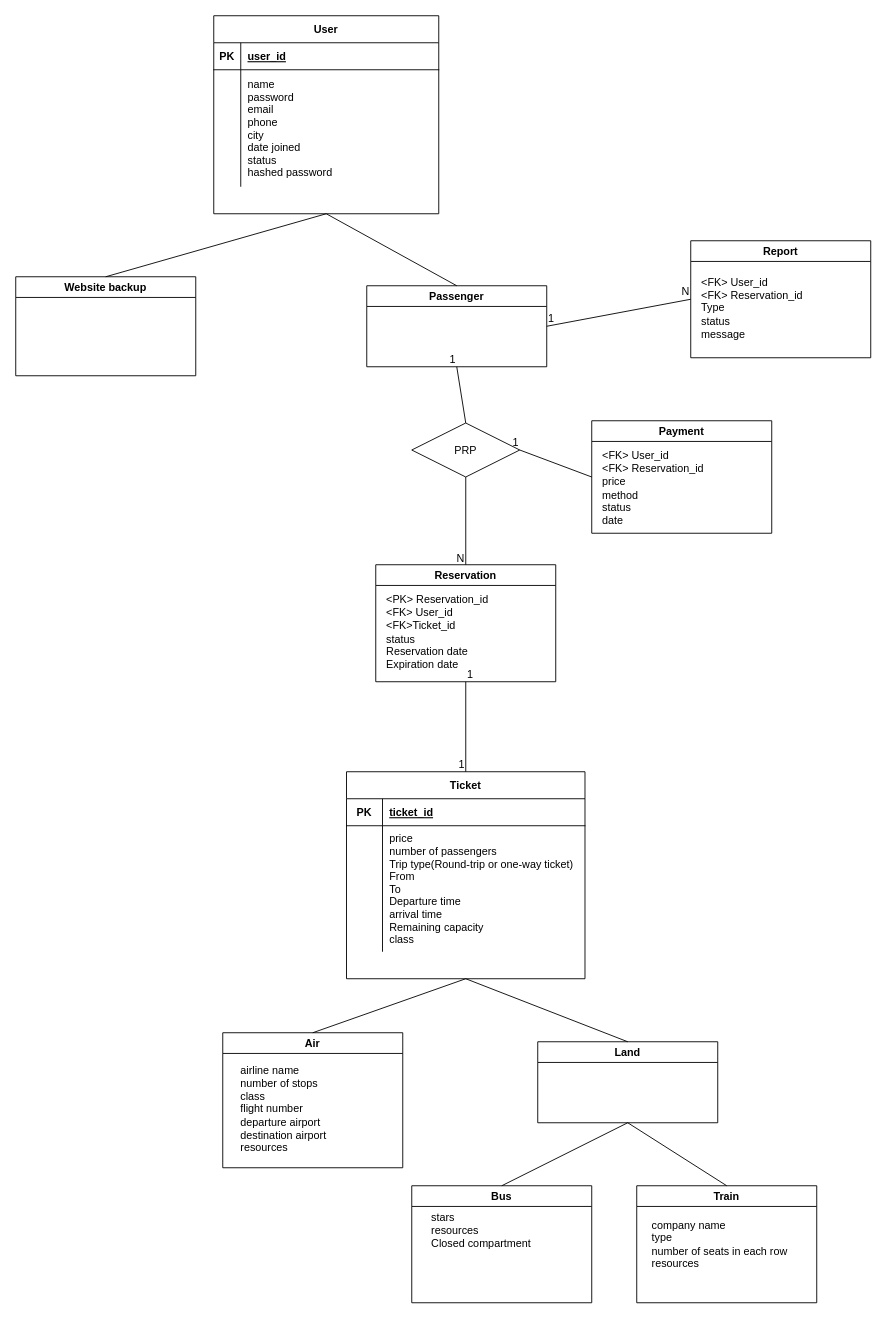
MSDeylami123/DB_Project keeps this draw.io diagram as ERD.drawio. Above is the earlier version. Source tidied: cells renumbered, new cells numbered last; positions are measured from the earlier drawing's top-left corner, leaving out a move shared by most shapes. Both pictures are drawn from the tidied source at 90%, with x=0, y=0 at pixel (15, 15).
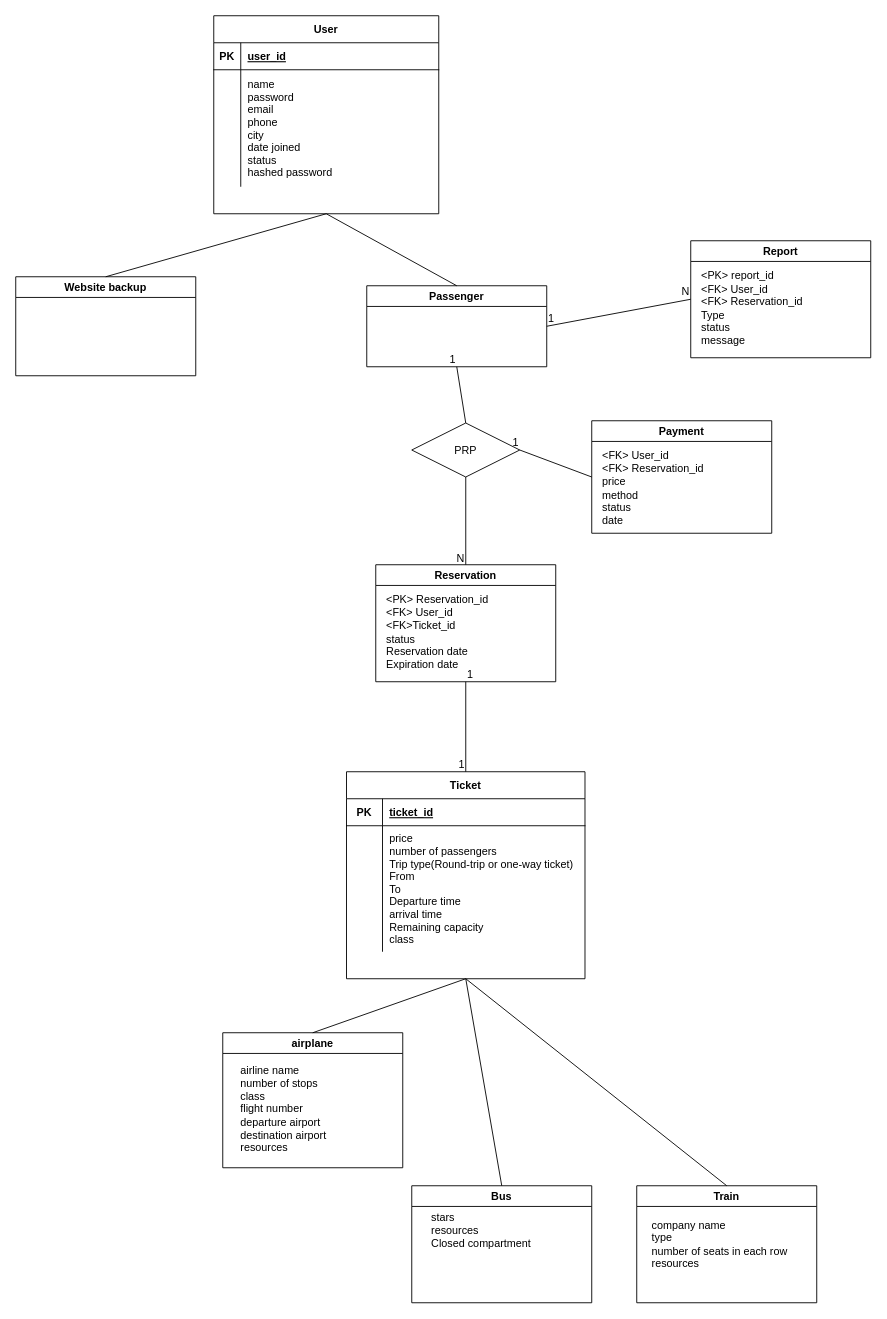
The same page after the edit.

Commit message (it also covers changes not shown here):
slight changes to ERD and add more tables

Unchanged cells that the change refers to:
```xml
<mxCell id="11" value="Ticket" style="shape=table;startSize=30;childLayout=tableLayout;rowLines=0;fontStyle=1;align=center;" parent="1" vertex="1">
  <mxGeometry x="367.5" y="840" width="265" height="230" as="geometry" />
</mxCell>
<mxCell id="21" value="Bus" style="swimlane;whiteSpace=wrap;html=1;" parent="1" vertex="1">
  <mxGeometry x="440" y="1300" width="200" height="130" as="geometry" />
</mxCell>
<mxCell id="23" value="Train" style="swimlane;whiteSpace=wrap;html=1;" parent="1" vertex="1">
  <mxGeometry x="690" y="1300" width="200" height="130" as="geometry" />
</mxCell>
<mxCell id="48" value="Report" style="swimlane;whiteSpace=wrap;html=1;" parent="1" vertex="1">
  <mxGeometry x="750" y="250" width="200" height="130" as="geometry" />
</mxCell>
```

What changed in the source:
```diff
@@
-    <mxCell id="18" value="Air" style="swimlane;whiteSpace=wrap;html=1;" parent="1" vertex="1">
+    <mxCell id="18" value="airplane" style="swimlane;whiteSpace=wrap;html=1;startSize=23;" parent="1" vertex="1">
       <mxGeometry x="230" y="1130" width="200" height="150" as="geometry" />
     </mxCell>
@@
-    <mxCell id="20" value="Land" style="swimlane;whiteSpace=wrap;html=1;startSize=23;" parent="1" vertex="1">
-      <mxGeometry x="580" y="1140" width="200" height="90" as="geometry" />
-    </mxCell>
@@
-    <mxCell id="25" style="endArrow=none;html=1;rounded=0;exitX=0.5;exitY=1;exitDx=0;exitDy=0;entryX=0.5;entryY=0;entryDx=0;entryDy=0;" parent="1" edge="1" source="11" target="20">
+    <mxCell id="25" style="endArrow=none;html=1;rounded=0;exitX=0.5;exitY=1;exitDx=0;exitDy=0;entryX=0.5;entryY=0;entryDx=0;entryDy=0;" parent="1" edge="1" source="11" target="23">
       <mxGeometry relative="1" as="geometry" />
     </mxCell>
@@
-    <mxCell id="27" style="endArrow=none;html=1;rounded=0;exitX=0.5;exitY=1;exitDx=0;exitDy=0;entryX=0.5;entryY=0;entryDx=0;entryDy=0;" parent="1" edge="1" source="20" target="23">
-      <mxGeometry relative="1" as="geometry" />
-    </mxCell>
-    <mxCell id="28" style="endArrow=none;html=1;rounded=0;exitX=0.5;exitY=1;exitDx=0;exitDy=0;entryX=0.5;entryY=0;entryDx=0;entryDy=0;" parent="1" edge="1" source="20" target="21">
-      <mxGeometry relative="1" as="geometry" />
-    </mxCell>
@@
-    <mxCell id="49" value="&amp;lt;FK&amp;gt; User_id&lt;div&gt;&amp;lt;FK&amp;gt; Reservation_id&lt;/div&gt;&lt;div&gt;Type&lt;/div&gt;&lt;div&gt;status&lt;/div&gt;&lt;div&gt;message&lt;/div&gt;" style="text;html=1;align=left;verticalAlign=middle;strokeColor=none;fillColor=none;" parent="48" vertex="1">
-      <mxGeometry x="10" y="30" width="140" height="90" as="geometry" />
+    <mxCell id="49" value="&lt;div&gt;&amp;lt;PK&amp;gt; report_id&lt;/div&gt;&amp;lt;FK&amp;gt; User_id&lt;div&gt;&amp;lt;FK&amp;gt; Reservation_id&lt;/div&gt;&lt;div&gt;Type&lt;/div&gt;&lt;div&gt;status&lt;/div&gt;&lt;div&gt;message&lt;/div&gt;" style="text;html=1;align=left;verticalAlign=middle;strokeColor=none;fillColor=none;" parent="48" vertex="1">
+      <mxGeometry x="10" y="25" width="140" height="100" as="geometry" />
     </mxCell>
+    <mxCell id="50" style="endArrow=none;html=1;rounded=0;exitX=0.5;exitY=1;exitDx=0;exitDy=0;entryX=0.5;entryY=0;entryDx=0;entryDy=0;" parent="1" edge="1" source="11" target="21">
+      <mxGeometry relative="1" as="geometry" />
+    </mxCell>
```
